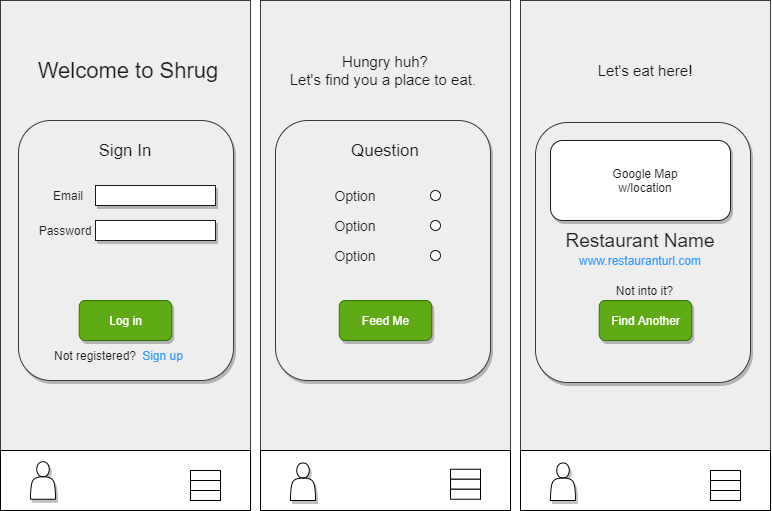
The draw.io diagram public/diagram.drawio.png in tytyhibye/Shrug, before a commit. Source tidied: cells renumbered, new cells last; positions are measured from the earlier drawing's top-left corner, leaving out a move shared by most shapes. The source it was exported from:
```xml
<mxGraphModel>
  <root>
    <mxCell id="0" />
    <mxCell id="1" parent="0" />
    <mxCell id="2" style="rounded=0;whiteSpace=wrap;html=1;fillColor=#eeeeee;strokeColor=#36393d;" parent="1" vertex="1">
      <mxGeometry width="250" height="510" as="geometry" />
    </mxCell>
    <mxCell id="3" style="rounded=0;whiteSpace=wrap;html=1;fillColor=#eeeeee;strokeColor=#36393d;" parent="1" vertex="1">
      <mxGeometry x="520" width="250" height="510" as="geometry" />
    </mxCell>
    <mxCell id="4" style="rounded=0;whiteSpace=wrap;html=1;fillColor=#eeeeee;strokeColor=#36393d;" parent="1" vertex="1">
      <mxGeometry x="260" width="250" height="510" as="geometry" />
    </mxCell>
    <mxCell id="5" style="rounded=0;whiteSpace=wrap;html=1;" parent="1" vertex="1">
      <mxGeometry x="260" y="450" width="250" height="60" as="geometry" />
    </mxCell>
    <mxCell id="6" style="rounded=0;whiteSpace=wrap;html=1;" parent="1" vertex="1">
      <mxGeometry x="520" y="450" width="250" height="60" as="geometry" />
    </mxCell>
    <mxCell id="7" style="rounded=0;whiteSpace=wrap;html=1;" parent="1" vertex="1">
      <mxGeometry y="450" width="250" height="60" as="geometry" />
    </mxCell>
    <mxCell id="8" style="rounded=1;whiteSpace=wrap;html=1;fillColor=#eeeeee;strokeColor=#36393d;shadow=1;" parent="1" vertex="1">
      <mxGeometry x="275" y="120" width="215" height="260" as="geometry" />
    </mxCell>
    <mxCell id="9" value="&lt;font style=&quot;font-size: 15px&quot;&gt;Hungry huh?&lt;br&gt;Let's find you a place to eat.&amp;nbsp;&lt;/font&gt;" style="text;html=1;strokeColor=none;fillColor=none;align=center;verticalAlign=middle;whiteSpace=wrap;rounded=0;fontColor=#1A1A1A;" parent="1" vertex="1">
      <mxGeometry x="280" y="30" width="210" height="80" as="geometry" />
    </mxCell>
    <mxCell id="10" value="&lt;font style=&quot;font-size: 17px&quot;&gt;Question&lt;/font&gt;" style="text;html=1;strokeColor=none;fillColor=none;align=center;verticalAlign=middle;whiteSpace=wrap;rounded=0;fontColor=#1A1A1A;" parent="1" vertex="1">
      <mxGeometry x="310" y="130" width="150" height="40" as="geometry" />
    </mxCell>
    <mxCell id="11" value="&lt;font style=&quot;font-size: 14px&quot;&gt;Option&lt;/font&gt;" style="text;html=1;strokeColor=none;fillColor=none;align=center;verticalAlign=middle;whiteSpace=wrap;rounded=0;fontColor=#1A1A1A;" parent="1" vertex="1">
      <mxGeometry x="320" y="180" width="70" height="30" as="geometry" />
    </mxCell>
    <mxCell id="12" value="&lt;font style=&quot;font-size: 14px&quot;&gt;Option&lt;/font&gt;" style="text;html=1;strokeColor=none;fillColor=none;align=center;verticalAlign=middle;whiteSpace=wrap;rounded=0;fontColor=#1A1A1A;" parent="1" vertex="1">
      <mxGeometry x="320" y="240" width="70" height="30" as="geometry" />
    </mxCell>
    <mxCell id="13" value="&lt;font style=&quot;font-size: 14px&quot;&gt;Option&lt;/font&gt;" style="text;html=1;strokeColor=none;fillColor=none;align=center;verticalAlign=middle;whiteSpace=wrap;rounded=0;fontColor=#1A1A1A;" parent="1" vertex="1">
      <mxGeometry x="320" y="210" width="70" height="30" as="geometry" />
    </mxCell>
    <mxCell id="14" style="ellipse;whiteSpace=wrap;html=1;fontColor=#1A1A1A;fillColor=#FFFFFF;strokeColor=#1A1A1A;" parent="1" vertex="1">
      <mxGeometry x="430" y="190" width="10" height="10" as="geometry" />
    </mxCell>
    <mxCell id="15" style="ellipse;whiteSpace=wrap;html=1;fontColor=#1A1A1A;fillColor=#FFFFFF;strokeColor=#1A1A1A;" parent="1" vertex="1">
      <mxGeometry x="430" y="220" width="10" height="10" as="geometry" />
    </mxCell>
    <mxCell id="16" style="ellipse;whiteSpace=wrap;html=1;fontColor=#1A1A1A;fillColor=#FFFFFF;strokeColor=#1A1A1A;" parent="1" vertex="1">
      <mxGeometry x="430" y="250" width="10" height="10" as="geometry" />
    </mxCell>
    <mxCell id="17" value="Feed Me" style="rounded=1;whiteSpace=wrap;html=1;fillColor=#60a917;strokeColor=#2D7600;fontColor=#ffffff;shadow=1;" parent="1" vertex="1">
      <mxGeometry x="338.8" y="300" width="92.5" height="40" as="geometry" />
    </mxCell>
    <mxCell id="18" style="shape=actor;whiteSpace=wrap;html=1;shadow=1;fontColor=#1A1A1A;" parent="1" vertex="1">
      <mxGeometry x="290" y="462.5" width="25" height="37.5" as="geometry" />
    </mxCell>
    <mxCell id="19" style="shape=actor;whiteSpace=wrap;html=1;shadow=1;fontColor=#1A1A1A;" parent="1" vertex="1">
      <mxGeometry x="550" y="462.5" width="25" height="37.5" as="geometry" />
    </mxCell>
    <mxCell id="20" style="shape=actor;whiteSpace=wrap;html=1;shadow=1;fontColor=#1A1A1A;" parent="1" vertex="1">
      <mxGeometry x="30" y="461.2" width="25" height="37.5" as="geometry" />
    </mxCell>
    <mxCell id="21" style="rounded=0;whiteSpace=wrap;html=1;" parent="1" vertex="1">
      <mxGeometry x="190" y="470" width="30" height="10" as="geometry" />
    </mxCell>
    <mxCell id="22" style="rounded=0;whiteSpace=wrap;html=1;" parent="1" vertex="1">
      <mxGeometry x="190" y="480" width="30" height="10" as="geometry" />
    </mxCell>
    <mxCell id="23" style="rounded=0;whiteSpace=wrap;html=1;" parent="1" vertex="1">
      <mxGeometry x="190" y="490" width="30" height="10" as="geometry" />
    </mxCell>
    <mxCell id="24" style="rounded=0;whiteSpace=wrap;html=1;" parent="1" vertex="1">
      <mxGeometry x="710" y="470" width="30" height="10" as="geometry" />
    </mxCell>
    <mxCell id="25" style="rounded=0;whiteSpace=wrap;html=1;" parent="1" vertex="1">
      <mxGeometry x="710" y="480" width="30" height="10" as="geometry" />
    </mxCell>
    <mxCell id="26" style="rounded=0;whiteSpace=wrap;html=1;" parent="1" vertex="1">
      <mxGeometry x="710" y="490" width="30" height="10" as="geometry" />
    </mxCell>
    <mxCell id="27" style="rounded=0;whiteSpace=wrap;html=1;" parent="1" vertex="1">
      <mxGeometry x="450" y="468.8" width="30" height="10" as="geometry" />
    </mxCell>
    <mxCell id="28" style="rounded=0;whiteSpace=wrap;html=1;" parent="1" vertex="1">
      <mxGeometry x="450" y="478.8" width="30" height="10" as="geometry" />
    </mxCell>
    <mxCell id="29" style="rounded=0;whiteSpace=wrap;html=1;" parent="1" vertex="1">
      <mxGeometry x="450" y="488.8" width="30" height="10" as="geometry" />
    </mxCell>
    <mxCell id="30" value="&lt;span style=&quot;font-size: 15px&quot;&gt;Let's eat here!&lt;/span&gt;" style="text;html=1;strokeColor=none;fillColor=none;align=center;verticalAlign=middle;whiteSpace=wrap;rounded=0;fontColor=#1A1A1A;" parent="1" vertex="1">
      <mxGeometry x="540" y="30" width="210" height="80" as="geometry" />
    </mxCell>
    <mxCell id="31" style="rounded=1;whiteSpace=wrap;html=1;fillColor=#eeeeee;strokeColor=#36393d;shadow=1;" parent="1" vertex="1">
      <mxGeometry x="535" y="122" width="215" height="260" as="geometry" />
    </mxCell>
    <mxCell id="32" style="rounded=1;whiteSpace=wrap;html=1;shadow=1;strokeColor=#1A1A1A;fillColor=#FFFFFF;fontColor=#1A1A1A;" parent="1" vertex="1">
      <mxGeometry x="550" y="140" width="180" height="80" as="geometry" />
    </mxCell>
    <mxCell id="33" value="&lt;span style=&quot;font-size: 12px;&quot;&gt;&lt;font style=&quot;font-size: 12px;&quot;&gt;www.restauranturl.com&lt;/font&gt;&lt;/span&gt;" style="text;html=1;strokeColor=none;fillColor=none;align=center;verticalAlign=middle;whiteSpace=wrap;rounded=0;fontColor=#3399FF;fontSize=12;" parent="1" vertex="1">
      <mxGeometry x="535" y="220" width="210" height="80" as="geometry" />
    </mxCell>
    <mxCell id="34" value="&lt;span style=&quot;font-size: 19px&quot;&gt;Restaurant Name&lt;/span&gt;" style="text;html=1;strokeColor=none;fillColor=none;align=center;verticalAlign=middle;whiteSpace=wrap;rounded=0;fontColor=#1A1A1A;fontSize=19;" parent="1" vertex="1">
      <mxGeometry x="535" y="200" width="210" height="80" as="geometry" />
    </mxCell>
    <mxCell id="35" value="Find Another" style="rounded=1;whiteSpace=wrap;html=1;fillColor=#60a917;strokeColor=#2D7600;fontColor=#ffffff;shadow=1;" parent="1" vertex="1">
      <mxGeometry x="598.8" y="300" width="92.5" height="40" as="geometry" />
    </mxCell>
    <mxCell id="36" value="Not into it?" style="text;html=1;strokeColor=none;fillColor=none;align=center;verticalAlign=middle;whiteSpace=wrap;rounded=0;shadow=1;fontColor=#1A1A1A;" parent="1" vertex="1">
      <mxGeometry x="598.8" y="280" width="91.2" height="20" as="geometry" />
    </mxCell>
    <mxCell id="37" value="Google Map w/location" style="text;html=1;strokeColor=none;fillColor=none;align=center;verticalAlign=middle;whiteSpace=wrap;rounded=0;shadow=1;fontColor=#1A1A1A;" parent="1" vertex="1">
      <mxGeometry x="590" y="170" width="110" height="20" as="geometry" />
    </mxCell>
    <mxCell id="38" style="rounded=1;whiteSpace=wrap;html=1;fillColor=#eeeeee;strokeColor=#36393d;shadow=1;" parent="1" vertex="1">
      <mxGeometry x="18" y="120" width="215" height="260" as="geometry" />
    </mxCell>
    <mxCell id="39" style="rounded=0;whiteSpace=wrap;html=1;shadow=1;strokeColor=#1A1A1A;fillColor=#FFFFFF;fontSize=19;fontColor=#3399FF;" parent="1" vertex="1">
      <mxGeometry x="95" y="185" width="120" height="20" as="geometry" />
    </mxCell>
    <mxCell id="40" style="rounded=0;whiteSpace=wrap;html=1;shadow=1;strokeColor=#1A1A1A;fillColor=#FFFFFF;fontSize=19;fontColor=#3399FF;" parent="1" vertex="1">
      <mxGeometry x="95" y="220" width="120" height="20" as="geometry" />
    </mxCell>
    <mxCell id="41" value="&lt;font style=&quot;font-size: 12px&quot;&gt;Password&lt;/font&gt;" style="text;html=1;strokeColor=none;fillColor=none;align=center;verticalAlign=middle;whiteSpace=wrap;rounded=0;fontColor=#1A1A1A;" parent="1" vertex="1">
      <mxGeometry x="30" y="215" width="70" height="30" as="geometry" />
    </mxCell>
    <mxCell id="42" value="&lt;font style=&quot;font-size: 12px;&quot;&gt;Email&lt;/font&gt;" style="text;html=1;strokeColor=none;fillColor=none;align=center;verticalAlign=middle;whiteSpace=wrap;rounded=0;fontColor=#1A1A1A;fontSize=12;" parent="1" vertex="1">
      <mxGeometry x="33" y="180" width="70" height="30" as="geometry" />
    </mxCell>
    <mxCell id="43" value="&lt;font style=&quot;font-size: 12px&quot;&gt;Sign up&lt;/font&gt;" style="text;html=1;strokeColor=none;fillColor=none;align=center;verticalAlign=middle;whiteSpace=wrap;rounded=0;fontColor=#3399FF;" parent="1" vertex="1">
      <mxGeometry x="125" y="340" width="75" height="30" as="geometry" />
    </mxCell>
    <mxCell id="44" value="&lt;font style=&quot;font-size: 12px&quot;&gt;Not registered?&lt;/font&gt;" style="text;html=1;strokeColor=none;fillColor=none;align=center;verticalAlign=middle;whiteSpace=wrap;rounded=0;fontColor=#1A1A1A;" parent="1" vertex="1">
      <mxGeometry x="50" y="340" width="90" height="30" as="geometry" />
    </mxCell>
    <mxCell id="45" value="Log in" style="rounded=1;whiteSpace=wrap;html=1;fillColor=#60a917;strokeColor=#2D7600;fontColor=#ffffff;shadow=1;" parent="1" vertex="1">
      <mxGeometry x="78.8" y="300" width="92.5" height="40" as="geometry" />
    </mxCell>
    <mxCell id="46" value="&lt;font style=&quot;font-size: 17px&quot;&gt;Sign In&lt;/font&gt;" style="text;html=1;strokeColor=none;fillColor=none;align=center;verticalAlign=middle;whiteSpace=wrap;rounded=0;fontColor=#1A1A1A;" parent="1" vertex="1">
      <mxGeometry x="50" y="130" width="150" height="40" as="geometry" />
    </mxCell>
    <mxCell id="47" value="&lt;span style=&quot;font-size: 22px;&quot;&gt;Welcome to Shrug&lt;/span&gt;" style="text;html=1;strokeColor=none;fillColor=none;align=center;verticalAlign=middle;whiteSpace=wrap;rounded=0;fontColor=#1A1A1A;fontSize=22;" parent="1" vertex="1">
      <mxGeometry x="23" y="30" width="210" height="80" as="geometry" />
    </mxCell>
  </root>
</mxGraphModel>
```
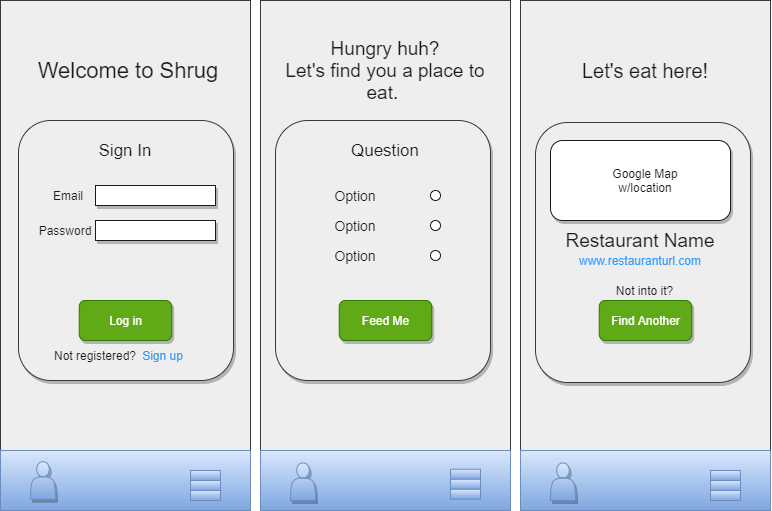
Above is the later version.

What changed in the source:
```diff
@@ -11,19 +11,19 @@
     <mxCell id="4" style="rounded=0;whiteSpace=wrap;html=1;fillColor=#eeeeee;strokeColor=#36393d;" parent="1" vertex="1">
       <mxGeometry x="260" width="250" height="510" as="geometry" />
     </mxCell>
-    <mxCell id="5" style="rounded=0;whiteSpace=wrap;html=1;" parent="1" vertex="1">
+    <mxCell id="5" style="rounded=0;whiteSpace=wrap;html=1;gradientColor=#7ea6e0;fillColor=#dae8fc;strokeColor=#6c8ebf;" parent="1" vertex="1">
       <mxGeometry x="260" y="450" width="250" height="60" as="geometry" />
     </mxCell>
-    <mxCell id="6" style="rounded=0;whiteSpace=wrap;html=1;" parent="1" vertex="1">
+    <mxCell id="6" style="rounded=0;whiteSpace=wrap;html=1;gradientColor=#7ea6e0;fillColor=#dae8fc;strokeColor=#6c8ebf;" parent="1" vertex="1">
       <mxGeometry x="520" y="450" width="250" height="60" as="geometry" />
     </mxCell>
-    <mxCell id="7" style="rounded=0;whiteSpace=wrap;html=1;" parent="1" vertex="1">
+    <mxCell id="7" style="rounded=0;whiteSpace=wrap;html=1;fillColor=#dae8fc;strokeColor=#6c8ebf;gradientColor=#7ea6e0;" parent="1" vertex="1">
       <mxGeometry y="450" width="250" height="60" as="geometry" />
     </mxCell>
     <mxCell id="8" style="rounded=1;whiteSpace=wrap;html=1;fillColor=#eeeeee;strokeColor=#36393d;shadow=1;" parent="1" vertex="1">
       <mxGeometry x="275" y="120" width="215" height="260" as="geometry" />
     </mxCell>
-    <mxCell id="9" value="&lt;font style=&quot;font-size: 15px&quot;&gt;Hungry huh?&lt;br&gt;Let's find you a place to eat.&amp;nbsp;&lt;/font&gt;" style="text;html=1;strokeColor=none;fillColor=none;align=center;verticalAlign=middle;whiteSpace=wrap;rounded=0;fontColor=#1A1A1A;" parent="1" vertex="1">
+    <mxCell id="9" value="&lt;font style=&quot;font-size: 19px&quot;&gt;&lt;span&gt;Hungry huh?&lt;/span&gt;&lt;br&gt;&lt;font style=&quot;font-size: 19px&quot;&gt;Let's find you a place to eat.&amp;nbsp;&lt;/font&gt;&lt;/font&gt;" style="text;html=1;strokeColor=none;fillColor=none;align=center;verticalAlign=middle;whiteSpace=wrap;rounded=0;fontColor=#1A1A1A;" parent="1" vertex="1">
       <mxGeometry x="280" y="30" width="210" height="80" as="geometry" />
     </mxCell>
     <mxCell id="10" value="&lt;font style=&quot;font-size: 17px&quot;&gt;Question&lt;/font&gt;" style="text;html=1;strokeColor=none;fillColor=none;align=center;verticalAlign=middle;whiteSpace=wrap;rounded=0;fontColor=#1A1A1A;" parent="1" vertex="1">
@@ -50,43 +50,43 @@
     <mxCell id="17" value="Feed Me" style="rounded=1;whiteSpace=wrap;html=1;fillColor=#60a917;strokeColor=#2D7600;fontColor=#ffffff;shadow=1;" parent="1" vertex="1">
       <mxGeometry x="338.8" y="300" width="92.5" height="40" as="geometry" />
     </mxCell>
-    <mxCell id="18" style="shape=actor;whiteSpace=wrap;html=1;shadow=1;fontColor=#1A1A1A;" parent="1" vertex="1">
+    <mxCell id="18" style="shape=actor;whiteSpace=wrap;html=1;shadow=1;gradientColor=#7ea6e0;fillColor=#dae8fc;strokeColor=#6c8ebf;" parent="1" vertex="1">
       <mxGeometry x="290" y="462.5" width="25" height="37.5" as="geometry" />
     </mxCell>
-    <mxCell id="19" style="shape=actor;whiteSpace=wrap;html=1;shadow=1;fontColor=#1A1A1A;" parent="1" vertex="1">
+    <mxCell id="19" style="shape=actor;whiteSpace=wrap;html=1;shadow=1;gradientColor=#7ea6e0;fillColor=#dae8fc;strokeColor=#6c8ebf;" parent="1" vertex="1">
       <mxGeometry x="550" y="462.5" width="25" height="37.5" as="geometry" />
     </mxCell>
-    <mxCell id="20" style="shape=actor;whiteSpace=wrap;html=1;shadow=1;fontColor=#1A1A1A;" parent="1" vertex="1">
+    <mxCell id="20" style="shape=actor;whiteSpace=wrap;html=1;shadow=1;gradientColor=#7ea6e0;fillColor=#dae8fc;strokeColor=#6c8ebf;" parent="1" vertex="1">
       <mxGeometry x="30" y="461.2" width="25" height="37.5" as="geometry" />
     </mxCell>
-    <mxCell id="21" style="rounded=0;whiteSpace=wrap;html=1;" parent="1" vertex="1">
+    <mxCell id="21" style="rounded=0;whiteSpace=wrap;html=1;gradientColor=#7ea6e0;fillColor=#dae8fc;strokeColor=#6c8ebf;" parent="1" vertex="1">
       <mxGeometry x="190" y="470" width="30" height="10" as="geometry" />
     </mxCell>
-    <mxCell id="22" style="rounded=0;whiteSpace=wrap;html=1;" parent="1" vertex="1">
+    <mxCell id="22" style="rounded=0;whiteSpace=wrap;html=1;gradientColor=#7ea6e0;fillColor=#dae8fc;strokeColor=#6c8ebf;" parent="1" vertex="1">
       <mxGeometry x="190" y="480" width="30" height="10" as="geometry" />
     </mxCell>
-    <mxCell id="23" style="rounded=0;whiteSpace=wrap;html=1;" parent="1" vertex="1">
+    <mxCell id="23" style="rounded=0;whiteSpace=wrap;html=1;gradientColor=#7ea6e0;fillColor=#dae8fc;strokeColor=#6c8ebf;" parent="1" vertex="1">
       <mxGeometry x="190" y="490" width="30" height="10" as="geometry" />
     </mxCell>
-    <mxCell id="24" style="rounded=0;whiteSpace=wrap;html=1;" parent="1" vertex="1">
+    <mxCell id="24" style="rounded=0;whiteSpace=wrap;html=1;gradientColor=#7ea6e0;fillColor=#dae8fc;strokeColor=#6c8ebf;" parent="1" vertex="1">
       <mxGeometry x="710" y="470" width="30" height="10" as="geometry" />
     </mxCell>
-    <mxCell id="25" style="rounded=0;whiteSpace=wrap;html=1;" parent="1" vertex="1">
+    <mxCell id="25" style="rounded=0;whiteSpace=wrap;html=1;gradientColor=#7ea6e0;fillColor=#dae8fc;strokeColor=#6c8ebf;" parent="1" vertex="1">
       <mxGeometry x="710" y="480" width="30" height="10" as="geometry" />
     </mxCell>
-    <mxCell id="26" style="rounded=0;whiteSpace=wrap;html=1;" parent="1" vertex="1">
+    <mxCell id="26" style="rounded=0;whiteSpace=wrap;html=1;gradientColor=#7ea6e0;fillColor=#dae8fc;strokeColor=#6c8ebf;" parent="1" vertex="1">
       <mxGeometry x="710" y="490" width="30" height="10" as="geometry" />
     </mxCell>
-    <mxCell id="27" style="rounded=0;whiteSpace=wrap;html=1;" parent="1" vertex="1">
+    <mxCell id="27" style="rounded=0;whiteSpace=wrap;html=1;gradientColor=#7ea6e0;fillColor=#dae8fc;strokeColor=#6c8ebf;" parent="1" vertex="1">
       <mxGeometry x="450" y="468.8" width="30" height="10" as="geometry" />
     </mxCell>
-    <mxCell id="28" style="rounded=0;whiteSpace=wrap;html=1;" parent="1" vertex="1">
+    <mxCell id="28" style="rounded=0;whiteSpace=wrap;html=1;gradientColor=#7ea6e0;fillColor=#dae8fc;strokeColor=#6c8ebf;" parent="1" vertex="1">
       <mxGeometry x="450" y="478.8" width="30" height="10" as="geometry" />
     </mxCell>
-    <mxCell id="29" style="rounded=0;whiteSpace=wrap;html=1;" parent="1" vertex="1">
+    <mxCell id="29" style="rounded=0;whiteSpace=wrap;html=1;gradientColor=#7ea6e0;fillColor=#dae8fc;strokeColor=#6c8ebf;" parent="1" vertex="1">
       <mxGeometry x="450" y="488.8" width="30" height="10" as="geometry" />
     </mxCell>
-    <mxCell id="30" value="&lt;span style=&quot;font-size: 15px&quot;&gt;Let's eat here!&lt;/span&gt;" style="text;html=1;strokeColor=none;fillColor=none;align=center;verticalAlign=middle;whiteSpace=wrap;rounded=0;fontColor=#1A1A1A;" parent="1" vertex="1">
+    <mxCell id="30" value="&lt;font style=&quot;font-size: 20px&quot;&gt;Let's eat here!&lt;/font&gt;" style="text;html=1;strokeColor=none;fillColor=none;align=center;verticalAlign=middle;whiteSpace=wrap;rounded=0;fontColor=#1A1A1A;" parent="1" vertex="1">
       <mxGeometry x="540" y="30" width="210" height="80" as="geometry" />
     </mxCell>
     <mxCell id="31" style="rounded=1;whiteSpace=wrap;html=1;fillColor=#eeeeee;strokeColor=#36393d;shadow=1;" parent="1" vertex="1">
```
